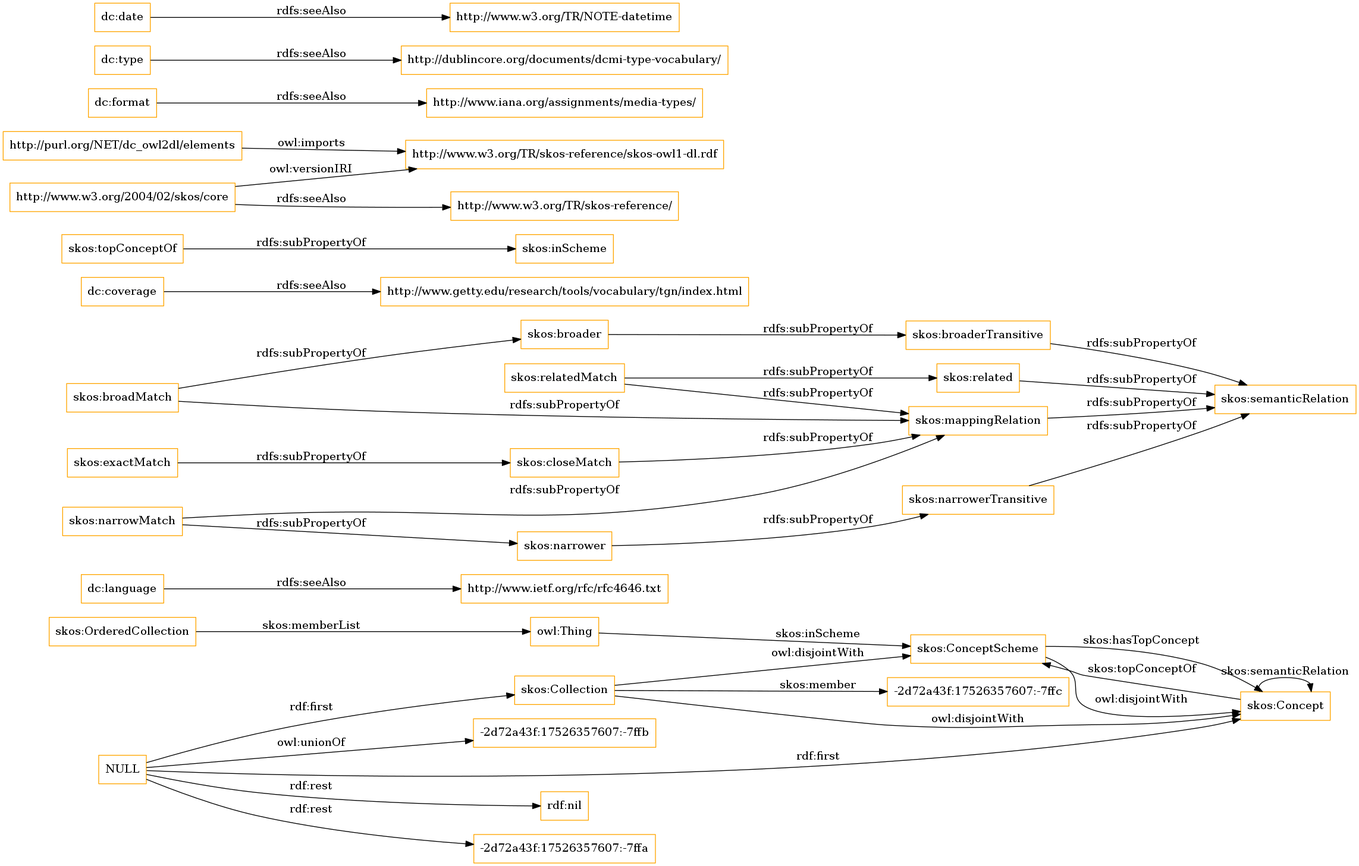
OnToologyUser/core-ontology-1 keeps this Graphviz diagram as OnToology/imports/elements.owl/diagrams/ar2dtool-class/elements.owl.png. Above is the earlier version. Its source is kept beside it as OnToology/imports/elements.owl/diagrams/ar2dtool-class/elements.owl.png.dot.
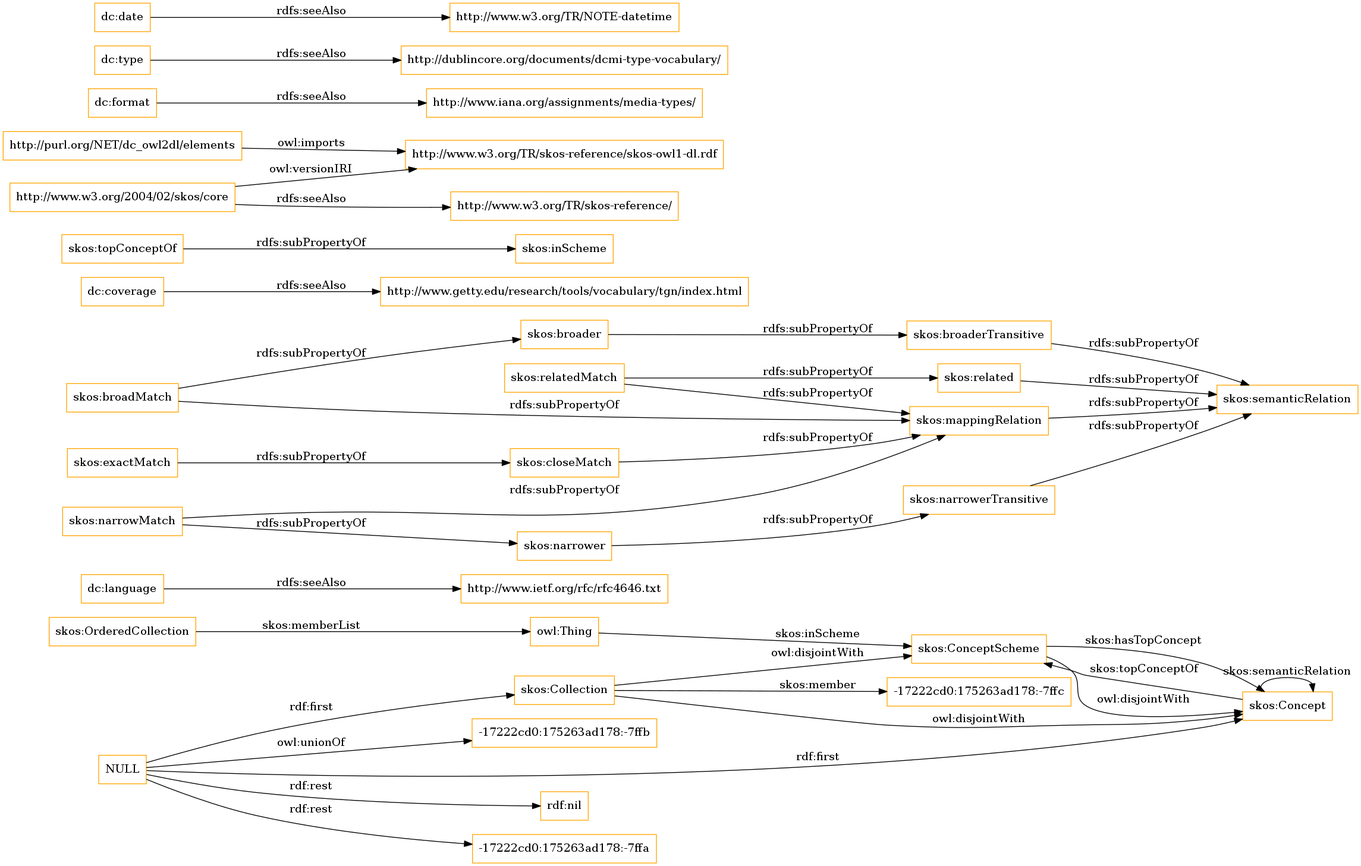
Above is the later version.

Diff of the diagram source:
```diff
@@ -1,13 +1,13 @@
 digraph ar2dtool_diagram {
 rankdir=LR;
 size="1501"
-node [shape = rectangle, color="orange"]; "-2d72a43f:17526357607:-7ffc" "skos:OrderedCollection" "skos:Collection" "skos:ConceptScheme" "skos:Concept" ; /*classes style*/
+node [shape = rectangle, color="orange"]; "-17222cd0:175263ad178:-7ffc" "skos:OrderedCollection" "skos:Collection" "skos:ConceptScheme" "skos:Concept" ; /*classes style*/
 	"dc:language" -> "http://www.ietf.org/rfc/rfc4646.txt" [ label = "rdfs:seeAlso" ];
 	"NULL" -> "rdf:nil" [ label = "rdf:rest" ];
 	"NULL" -> "skos:Collection" [ label = "rdf:first" ];
-	"NULL" -> "-2d72a43f:17526357607:-7ffa" [ label = "rdf:rest" ];
+	"NULL" -> "-17222cd0:175263ad178:-7ffa" [ label = "rdf:rest" ];
 	"NULL" -> "skos:Concept" [ label = "rdf:first" ];
-	"NULL" -> "-2d72a43f:17526357607:-7ffb" [ label = "owl:unionOf" ];
+	"NULL" -> "-17222cd0:175263ad178:-7ffb" [ label = "owl:unionOf" ];
 	"skos:closeMatch" -> "skos:mappingRelation" [ label = "rdfs:subPropertyOf" ];
 	"dc:coverage" -> "http://www.getty.edu/research/tools/vocabulary/tgn/index.html" [ label = "rdfs:seeAlso" ];
 	"skos:relatedMatch" -> "skos:related" [ label = "rdfs:subPropertyOf" ];
@@ -36,7 +36,7 @@
 	"skos:OrderedCollection" -> "owl:Thing" [ label = "skos:memberList" ];
 	"skos:Concept" -> "skos:ConceptScheme" [ label = "skos:topConceptOf" ];
 	"skos:Concept" -> "skos:Concept" [ label = "skos:semanticRelation" ];
-	"skos:Collection" -> "-2d72a43f:17526357607:-7ffc" [ label = "skos:member" ];
+	"skos:Collection" -> "-17222cd0:175263ad178:-7ffc" [ label = "skos:member" ];
 	"skos:ConceptScheme" -> "skos:Concept" [ label = "skos:hasTopConcept" ];
 	"owl:Thing" -> "skos:ConceptScheme" [ label = "skos:inScheme" ];
 
```
